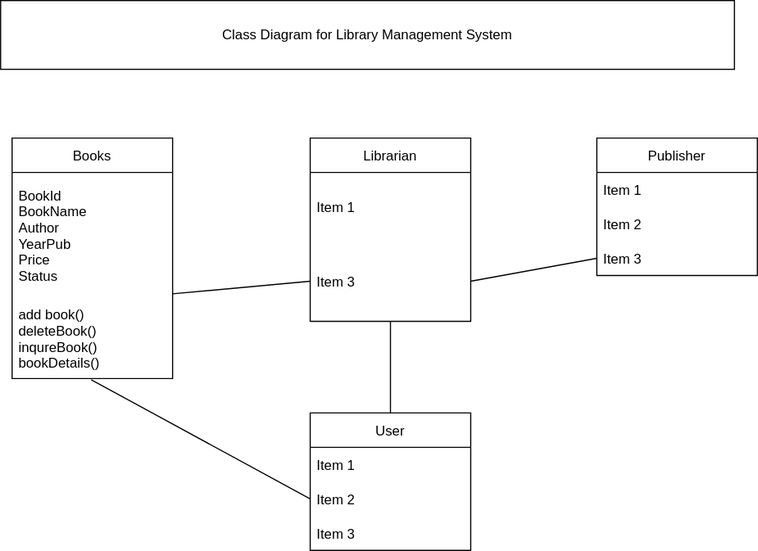
The draw.io diagram library_management_system.svg in RidhimaBhandari/Software-Development-, before a commit. Source tidied: cells renumbered, new cells last; positions are measured from the earlier drawing's top-left corner, leaving out a move shared by most shapes. The source it was exported from:
```xml
<mxGraphModel>
  <root>
    <mxCell id="0" />
    <mxCell id="1" parent="0" />
    <mxCell id="2" value="Class Diagram for Library Management System" style="rounded=0;whiteSpace=wrap;html=1;" parent="1" vertex="1">
      <mxGeometry width="640" height="60" as="geometry" />
    </mxCell>
    <mxCell id="3" value="Books" style="swimlane;fontStyle=0;horizontal=1;startSize=30;" parent="1" vertex="1">
      <mxGeometry x="10" y="120" width="140" height="210" as="geometry" />
    </mxCell>
    <mxCell id="4" value="BookId&#10;BookName&#10;Author&#10;YearPub&#10;Price&#10;Status" style="text;strokeColor=none;fillColor=none;align=left;verticalAlign=middle;spacingLeft=4;spacingRight=4;overflow=hidden;" parent="3" vertex="1">
      <mxGeometry y="30" width="140" height="110" as="geometry" />
    </mxCell>
    <mxCell id="5" value="add book()&#10;deleteBook()&#10;inqureBook()&#10;bookDetails()" style="text;strokeColor=none;fillColor=none;align=left;verticalAlign=middle;spacingLeft=4;spacingRight=4;overflow=hidden;points=[[0,0.5],[1,0.5]];portConstraint=eastwest;" parent="3" vertex="1">
      <mxGeometry y="140" width="140" height="70" as="geometry" />
    </mxCell>
    <mxCell id="6" value="Librarian" style="swimlane;fontStyle=0;horizontal=1;startSize=30;" parent="1" vertex="1">
      <mxGeometry x="270" y="120" width="140" height="160" as="geometry" />
    </mxCell>
    <mxCell id="7" value="Item 1" style="text;strokeColor=none;fillColor=none;align=left;verticalAlign=middle;spacingLeft=4;spacingRight=4;overflow=hidden;" parent="6" vertex="1">
      <mxGeometry y="30" width="140" height="60" as="geometry" />
    </mxCell>
    <mxCell id="8" value="Item 3" style="text;strokeColor=none;fillColor=none;align=left;verticalAlign=middle;spacingLeft=4;spacingRight=4;overflow=hidden;points=[[0,0.5],[1,0.5]];portConstraint=eastwest;" parent="6" vertex="1">
      <mxGeometry y="90" width="140" height="70" as="geometry" />
    </mxCell>
    <mxCell id="9" value="Publisher" style="swimlane;fontStyle=0;horizontal=1;startSize=30;" parent="1" vertex="1">
      <mxGeometry x="520" y="120" width="140" height="120" as="geometry" />
    </mxCell>
    <mxCell id="10" value="Item 1" style="text;strokeColor=none;fillColor=none;align=left;verticalAlign=middle;spacingLeft=4;spacingRight=4;overflow=hidden;" parent="9" vertex="1">
      <mxGeometry y="30" width="140" height="30" as="geometry" />
    </mxCell>
    <mxCell id="11" value="Item 2" style="text;strokeColor=none;fillColor=none;align=left;verticalAlign=middle;spacingLeft=4;spacingRight=4;overflow=hidden;" parent="9" vertex="1">
      <mxGeometry y="60" width="140" height="30" as="geometry" />
    </mxCell>
    <mxCell id="12" value="Item 3" style="text;strokeColor=none;fillColor=none;align=left;verticalAlign=middle;spacingLeft=4;spacingRight=4;overflow=hidden;points=[[0,0.5],[1,0.5]];portConstraint=eastwest;" parent="9" vertex="1">
      <mxGeometry y="90" width="140" height="30" as="geometry" />
    </mxCell>
    <mxCell id="13" value="User" style="swimlane;fontStyle=0;horizontal=1;startSize=30;" parent="1" vertex="1">
      <mxGeometry x="270" y="360" width="140" height="120" as="geometry" />
    </mxCell>
    <mxCell id="14" value="Item 1" style="text;strokeColor=none;fillColor=none;align=left;verticalAlign=middle;spacingLeft=4;spacingRight=4;overflow=hidden;" parent="13" vertex="1">
      <mxGeometry y="30" width="140" height="30" as="geometry" />
    </mxCell>
    <mxCell id="15" value="Item 2" style="text;strokeColor=none;fillColor=none;align=left;verticalAlign=middle;spacingLeft=4;spacingRight=4;overflow=hidden;points=[[0,0.5],[1,0.5]];portConstraint=eastwest;" parent="13" vertex="1">
      <mxGeometry y="60" width="140" height="30" as="geometry" />
    </mxCell>
    <mxCell id="16" value="Item 3" style="text;strokeColor=none;fillColor=none;align=left;verticalAlign=middle;spacingLeft=4;spacingRight=4;overflow=hidden;" parent="13" vertex="1">
      <mxGeometry y="90" width="140" height="30" as="geometry" />
    </mxCell>
    <mxCell id="17" style="endArrow=none;html=1;rounded=0;" parent="1" edge="1" source="13" target="8">
      <mxGeometry relative="1" as="geometry" />
    </mxCell>
    <mxCell id="18" style="endArrow=none;html=1;rounded=0;entryX=0.493;entryY=1.014;entryDx=0;entryDy=0;entryPerimeter=0;exitX=0;exitY=0.5;exitDx=0;exitDy=0;" parent="1" edge="1" source="15" target="5">
      <mxGeometry relative="1" as="geometry" />
    </mxCell>
    <mxCell id="19" style="endArrow=none;html=1;rounded=0;entryX=1;entryY=-0.057;entryDx=0;entryDy=0;entryPerimeter=0;exitX=0;exitY=0.5;exitDx=0;exitDy=0;" parent="1" edge="1" source="8" target="5">
      <mxGeometry relative="1" as="geometry" />
    </mxCell>
    <mxCell id="20" style="endArrow=none;html=1;rounded=0;entryX=1;entryY=0.5;entryDx=0;entryDy=0;exitX=0;exitY=0.5;exitDx=0;exitDy=0;" parent="1" edge="1" source="12" target="8">
      <mxGeometry relative="1" as="geometry" />
    </mxCell>
  </root>
</mxGraphModel>
```
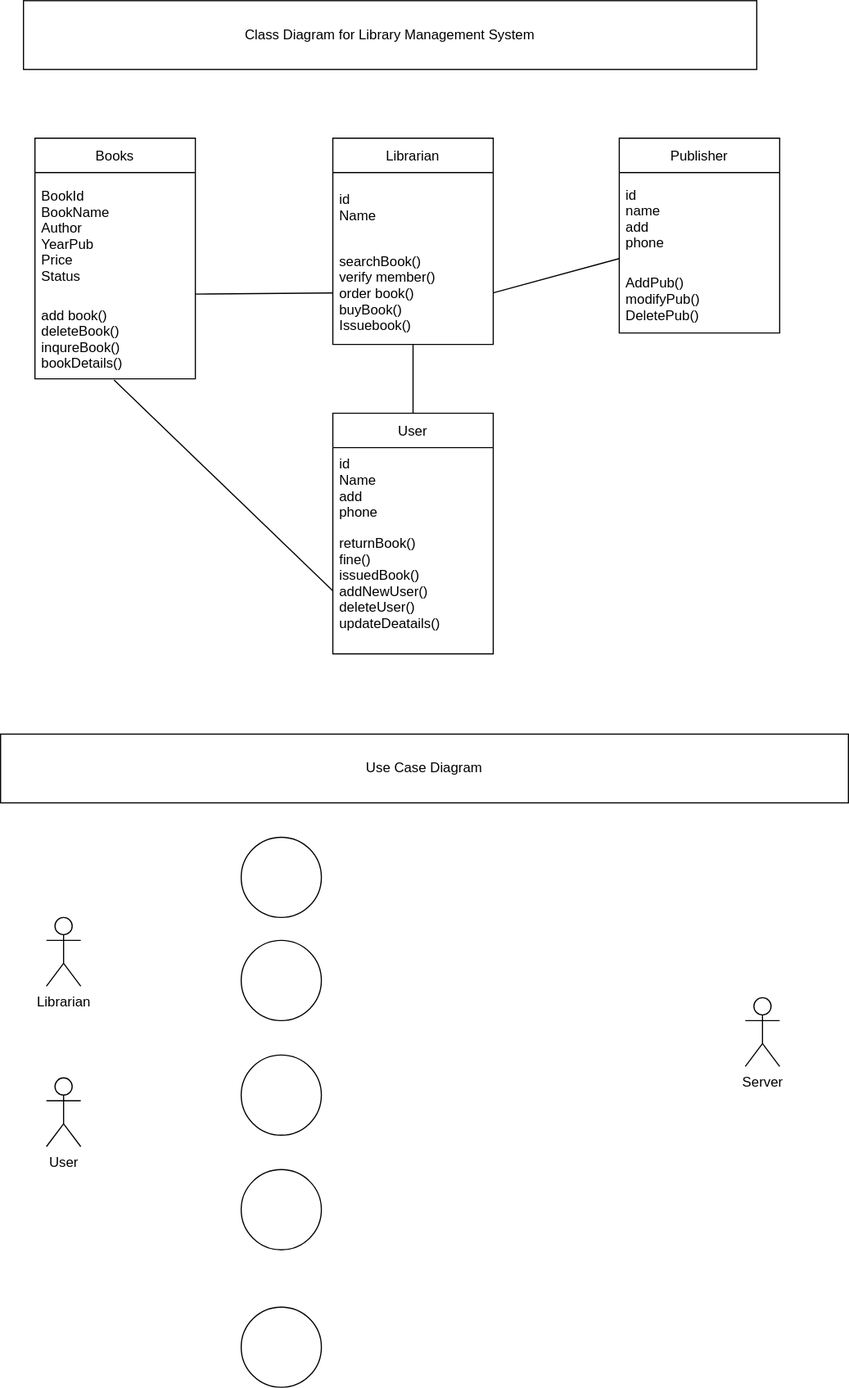
After the commit.

Change to the diagram source:
```diff
@@ -15,38 +15,32 @@
       <mxGeometry y="140" width="140" height="70" as="geometry" />
     </mxCell>
     <mxCell id="6" value="Librarian" style="swimlane;fontStyle=0;horizontal=1;startSize=30;" parent="1" vertex="1">
-      <mxGeometry x="270" y="120" width="140" height="160" as="geometry" />
+      <mxGeometry x="270" y="120" width="140" height="180" as="geometry" />
     </mxCell>
-    <mxCell id="7" value="Item 1" style="text;strokeColor=none;fillColor=none;align=left;verticalAlign=middle;spacingLeft=4;spacingRight=4;overflow=hidden;" parent="6" vertex="1">
+    <mxCell id="7" value="id&#10;Name" style="text;strokeColor=none;fillColor=none;align=left;verticalAlign=middle;spacingLeft=4;spacingRight=4;overflow=hidden;" parent="6" vertex="1">
       <mxGeometry y="30" width="140" height="60" as="geometry" />
     </mxCell>
-    <mxCell id="8" value="Item 3" style="text;strokeColor=none;fillColor=none;align=left;verticalAlign=middle;spacingLeft=4;spacingRight=4;overflow=hidden;points=[[0,0.5],[1,0.5]];portConstraint=eastwest;" parent="6" vertex="1">
-      <mxGeometry y="90" width="140" height="70" as="geometry" />
+    <mxCell id="8" value="searchBook()&#10;verify member()&#10;order book()&#10;buyBook()&#10;Issuebook()" style="text;strokeColor=none;fillColor=none;align=left;verticalAlign=middle;spacingLeft=4;spacingRight=4;overflow=hidden;points=[[0,0.5],[1,0.5]];portConstraint=eastwest;" parent="6" vertex="1">
+      <mxGeometry y="90" width="140" height="90" as="geometry" />
     </mxCell>
     <mxCell id="9" value="Publisher" style="swimlane;fontStyle=0;horizontal=1;startSize=30;" parent="1" vertex="1">
-      <mxGeometry x="520" y="120" width="140" height="120" as="geometry" />
+      <mxGeometry x="520" y="120" width="140" height="170" as="geometry" />
     </mxCell>
-    <mxCell id="10" value="Item 1" style="text;strokeColor=none;fillColor=none;align=left;verticalAlign=middle;spacingLeft=4;spacingRight=4;overflow=hidden;" parent="9" vertex="1">
-      <mxGeometry y="30" width="140" height="30" as="geometry" />
+    <mxCell id="10" value="id&#10;name&#10;add&#10;phone" style="text;strokeColor=none;fillColor=none;align=left;verticalAlign=middle;spacingLeft=4;spacingRight=4;overflow=hidden;" parent="9" vertex="1">
+      <mxGeometry y="30" width="140" height="80" as="geometry" />
     </mxCell>
-    <mxCell id="11" value="Item 2" style="text;strokeColor=none;fillColor=none;align=left;verticalAlign=middle;spacingLeft=4;spacingRight=4;overflow=hidden;" parent="9" vertex="1">
-      <mxGeometry y="60" width="140" height="30" as="geometry" />
+    <mxCell id="11" value="AddPub()&#10;modifyPub()&#10;DeletePub()" style="text;strokeColor=none;fillColor=none;align=left;verticalAlign=middle;spacingLeft=4;spacingRight=4;overflow=hidden;" parent="9" vertex="1">
+      <mxGeometry y="110" width="140" height="60" as="geometry" />
     </mxCell>
-    <mxCell id="12" value="Item 3" style="text;strokeColor=none;fillColor=none;align=left;verticalAlign=middle;spacingLeft=4;spacingRight=4;overflow=hidden;points=[[0,0.5],[1,0.5]];portConstraint=eastwest;" parent="9" vertex="1">
-      <mxGeometry y="90" width="140" height="30" as="geometry" />
-    </mxCell>
     <mxCell id="13" value="User" style="swimlane;fontStyle=0;horizontal=1;startSize=30;" parent="1" vertex="1">
-      <mxGeometry x="270" y="360" width="140" height="120" as="geometry" />
+      <mxGeometry x="270" y="360" width="140" height="210" as="geometry" />
     </mxCell>
-    <mxCell id="14" value="Item 1" style="text;strokeColor=none;fillColor=none;align=left;verticalAlign=middle;spacingLeft=4;spacingRight=4;overflow=hidden;" parent="13" vertex="1">
-      <mxGeometry y="30" width="140" height="30" as="geometry" />
+    <mxCell id="14" value="id&#10;Name&#10;add&#10;phone" style="text;strokeColor=none;fillColor=none;align=left;verticalAlign=middle;spacingLeft=4;spacingRight=4;overflow=hidden;" parent="13" vertex="1">
+      <mxGeometry y="30" width="140" height="70" as="geometry" />
     </mxCell>
-    <mxCell id="15" value="Item 2" style="text;strokeColor=none;fillColor=none;align=left;verticalAlign=middle;spacingLeft=4;spacingRight=4;overflow=hidden;points=[[0,0.5],[1,0.5]];portConstraint=eastwest;" parent="13" vertex="1">
-      <mxGeometry y="60" width="140" height="30" as="geometry" />
+    <mxCell id="15" value="returnBook()&#10;fine()&#10;issuedBook()&#10;addNewUser()&#10;deleteUser()&#10;updateDeatails()&#10;" style="text;strokeColor=none;fillColor=none;align=left;verticalAlign=middle;spacingLeft=4;spacingRight=4;overflow=hidden;points=[[0,0.5],[1,0.5]];portConstraint=eastwest;" parent="13" vertex="1">
+      <mxGeometry y="100" width="140" height="110" as="geometry" />
     </mxCell>
-    <mxCell id="16" value="Item 3" style="text;strokeColor=none;fillColor=none;align=left;verticalAlign=middle;spacingLeft=4;spacingRight=4;overflow=hidden;" parent="13" vertex="1">
-      <mxGeometry y="90" width="140" height="30" as="geometry" />
-    </mxCell>
     <mxCell id="17" style="endArrow=none;html=1;rounded=0;" parent="1" edge="1" source="13" target="8">
       <mxGeometry relative="1" as="geometry" />
     </mxCell>
@@ -56,8 +50,37 @@
     <mxCell id="19" style="endArrow=none;html=1;rounded=0;entryX=1;entryY=-0.057;entryDx=0;entryDy=0;entryPerimeter=0;exitX=0;exitY=0.5;exitDx=0;exitDy=0;" parent="1" edge="1" source="8" target="5">
       <mxGeometry relative="1" as="geometry" />
     </mxCell>
-    <mxCell id="20" style="endArrow=none;html=1;rounded=0;entryX=1;entryY=0.5;entryDx=0;entryDy=0;exitX=0;exitY=0.5;exitDx=0;exitDy=0;" parent="1" edge="1" source="12" target="8">
-      <mxGeometry relative="1" as="geometry" />
+    <mxCell id="20" style="endArrow=none;html=1;rounded=0;entryX=1;entryY=0.5;entryDx=0;entryDy=0;exitX=0;exitY=0.5;exitDx=0;exitDy=0;" parent="1" edge="1" target="8">
+      <mxGeometry relative="1" as="geometry">
+        <mxPoint x="520" y="225" as="sourcePoint" />
+      </mxGeometry>
     </mxCell>
+    <mxCell id="21" value="Use Case Diagram" style="rounded=0;whiteSpace=wrap;html=1;" parent="1" vertex="1">
+      <mxGeometry x="-20" y="640" width="740" height="60" as="geometry" />
+    </mxCell>
+    <mxCell id="22" value="User" style="shape=umlActor;verticalLabelPosition=bottom;verticalAlign=top;html=1;" parent="1" vertex="1">
+      <mxGeometry x="20" y="940" width="30" height="60" as="geometry" />
+    </mxCell>
+    <mxCell id="23" value="Librarian&lt;br&gt;" style="shape=umlActor;verticalLabelPosition=bottom;verticalAlign=top;html=1;" parent="1" vertex="1">
+      <mxGeometry x="20" y="800" width="30" height="60" as="geometry" />
+    </mxCell>
+    <mxCell id="24" value="Server&lt;br&gt;" style="shape=umlActor;verticalLabelPosition=bottom;verticalAlign=top;html=1;" parent="1" vertex="1">
+      <mxGeometry x="630" y="870" width="30" height="60" as="geometry" />
+    </mxCell>
+    <mxCell id="25" style="ellipse;whiteSpace=wrap;html=1;" parent="1" vertex="1">
+      <mxGeometry x="190" y="730" width="70" height="70" as="geometry" />
+    </mxCell>
+    <mxCell id="26" style="ellipse;whiteSpace=wrap;html=1;" parent="1" vertex="1">
+      <mxGeometry x="190" y="820" width="70" height="70" as="geometry" />
+    </mxCell>
+    <mxCell id="27" style="ellipse;whiteSpace=wrap;html=1;" parent="1" vertex="1">
+      <mxGeometry x="190" y="920" width="70" height="70" as="geometry" />
+    </mxCell>
+    <mxCell id="28" style="ellipse;whiteSpace=wrap;html=1;" parent="1" vertex="1">
+      <mxGeometry x="190" y="1020" width="70" height="70" as="geometry" />
+    </mxCell>
+    <mxCell id="29" style="ellipse;whiteSpace=wrap;html=1;" parent="1" vertex="1">
+      <mxGeometry x="190" y="1140" width="70" height="70" as="geometry" />
+    </mxCell>
   </root>
 </mxGraphModel>
```
